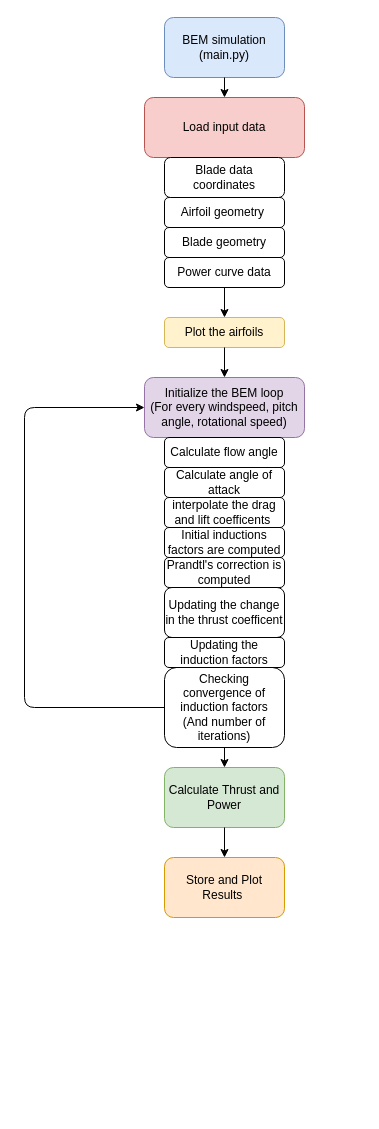
DTUWindEducation/final-project-la_bombas_del_diablo keeps this draw.io diagram as Codediagram.dio. Above is the earlier version. Source tidied: cells renumbered, new cells numbered last; positions are measured from the earlier drawing's top-left corner, leaving out a move shared by most shapes. Both pictures are drawn from the tidied source at 100%, with x=0, y=0 at pixel (24, 17).
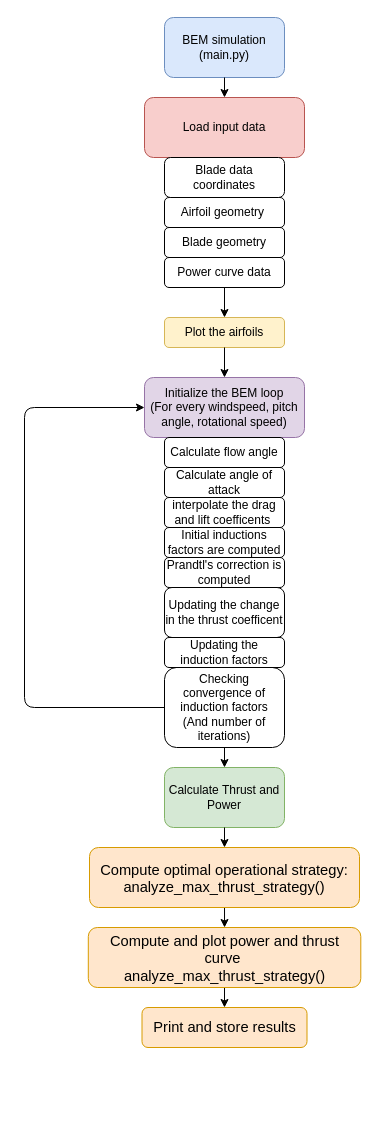
The same page after the edit.

Commit message (it also covers changes not shown here):
added code to compute optimal operational strategy (step 6 + 7) and updated flow diagram

The edit, as a diff of the source:
```diff
@@
+    <mxCell id="26" style="edgeStyle=none;html=1;entryX=0.5;entryY=0;entryDx=0;entryDy=0;" parent="1" edge="1" source="11" target="28">
+      <mxGeometry relative="1" as="geometry" />
+    </mxCell>
-    <mxCell id="11" value="Store and Plot Results&amp;nbsp;" style="rounded=1;whiteSpace=wrap;html=1;fillColor=#ffe6cc;strokeColor=#d79b00;" parent="1" vertex="1">
-      <mxGeometry x="140" y="840" width="120" height="60" as="geometry" />
+    <mxCell id="11" value="&lt;div&gt;&lt;br&gt;&lt;/div&gt;&lt;br&gt;&lt;br&gt;&lt;br&gt;&lt;p lang=&quot;en-GB&quot; style=&quot;margin:0in;font-family:Calibri;font-size:11.0pt&quot;&gt;&lt;span style=&quot;font-size: 11pt; background-color: transparent;&quot;&gt;&lt;br&gt;&lt;/span&gt;&lt;/p&gt;&lt;p lang=&quot;en-GB&quot; style=&quot;margin:0in;font-family:Calibri;font-size:11.0pt&quot;&gt;&lt;span style=&quot;font-size: 11pt; background-color: transparent;&quot;&gt;Compute optimal operational strategy:&lt;/span&gt;&lt;/p&gt;&lt;p lang=&quot;en-GB&quot; style=&quot;margin:0in;font-family:Calibri;font-size:11.0pt&quot;&gt;&lt;span style=&quot;font-size: 11pt; background-color: transparent;&quot;&gt;analyze_max_thrust_strategy()&lt;/span&gt;&lt;/p&gt;&lt;br&gt;&lt;br&gt;&lt;br&gt;&lt;br&gt;&lt;div&gt;&lt;br&gt;&lt;/div&gt;" style="rounded=1;whiteSpace=wrap;html=1;fillColor=#ffe6cc;strokeColor=#d79b00;" parent="1" vertex="1">
+      <mxGeometry x="65" y="830" width="270" height="60" as="geometry" />
     </mxCell>
@@
+    <mxCell id="27" style="edgeStyle=none;html=1;entryX=0.5;entryY=0;entryDx=0;entryDy=0;" parent="1" edge="1" source="28" target="29">
+      <mxGeometry relative="1" as="geometry" />
+    </mxCell>
+    <mxCell id="28" value="&lt;div&gt;&lt;br&gt;&lt;/div&gt;&lt;br&gt;&lt;br&gt;&lt;br&gt;&lt;p lang=&quot;en-GB&quot; style=&quot;margin:0in;font-family:Calibri;font-size:11.0pt&quot;&gt;&lt;span style=&quot;font-size: 11pt; background-color: transparent;&quot;&gt;&lt;br&gt;&lt;/span&gt;&lt;/p&gt;&lt;p lang=&quot;en-GB&quot; style=&quot;margin:0in;font-family:Calibri;font-size:11.0pt&quot;&gt;&lt;span style=&quot;font-size: 11pt; background-color: transparent;&quot;&gt;Compute and plot power and thrust curve&amp;nbsp;&lt;/span&gt;&lt;/p&gt;&lt;p lang=&quot;en-GB&quot; style=&quot;margin:0in;font-family:Calibri;font-size:11.0pt&quot;&gt;&lt;span style=&quot;background-color: transparent; font-size: 11pt;&quot;&gt;analyze_max_thrust_strategy()&lt;/span&gt;&lt;/p&gt;&lt;br&gt;&lt;br&gt;&lt;br&gt;&lt;br&gt;&lt;div&gt;&lt;br&gt;&lt;/div&gt;" style="rounded=1;whiteSpace=wrap;html=1;fillColor=#ffe6cc;strokeColor=#d79b00;" parent="1" vertex="1">
+      <mxGeometry x="63.8" y="910" width="272.5" height="60" as="geometry" />
+    </mxCell>
+    <mxCell id="29" value="&lt;div&gt;&lt;br&gt;&lt;/div&gt;&lt;br&gt;&lt;br&gt;&lt;br&gt;&lt;p lang=&quot;en-GB&quot; style=&quot;margin:0in;font-family:Calibri;font-size:11.0pt&quot;&gt;&lt;span style=&quot;font-size: 11pt; background-color: transparent;&quot;&gt;&lt;br&gt;&lt;/span&gt;&lt;/p&gt;&lt;p lang=&quot;en-GB&quot; style=&quot;margin:0in;font-family:Calibri;font-size:11.0pt&quot;&gt;Print and store results&lt;/p&gt;&lt;p lang=&quot;en-GB&quot; style=&quot;margin:0in;font-family:Calibri;font-size:11.0pt&quot;&gt;&lt;br&gt;&lt;/p&gt;&lt;br&gt;&lt;br&gt;&lt;br&gt;&lt;div&gt;&lt;br&gt;&lt;/div&gt;" style="rounded=1;whiteSpace=wrap;html=1;fillColor=#ffe6cc;strokeColor=#d79b00;" parent="1" vertex="1">
+      <mxGeometry x="117.5" y="990" width="165" height="40" as="geometry" />
+    </mxCell>
```
